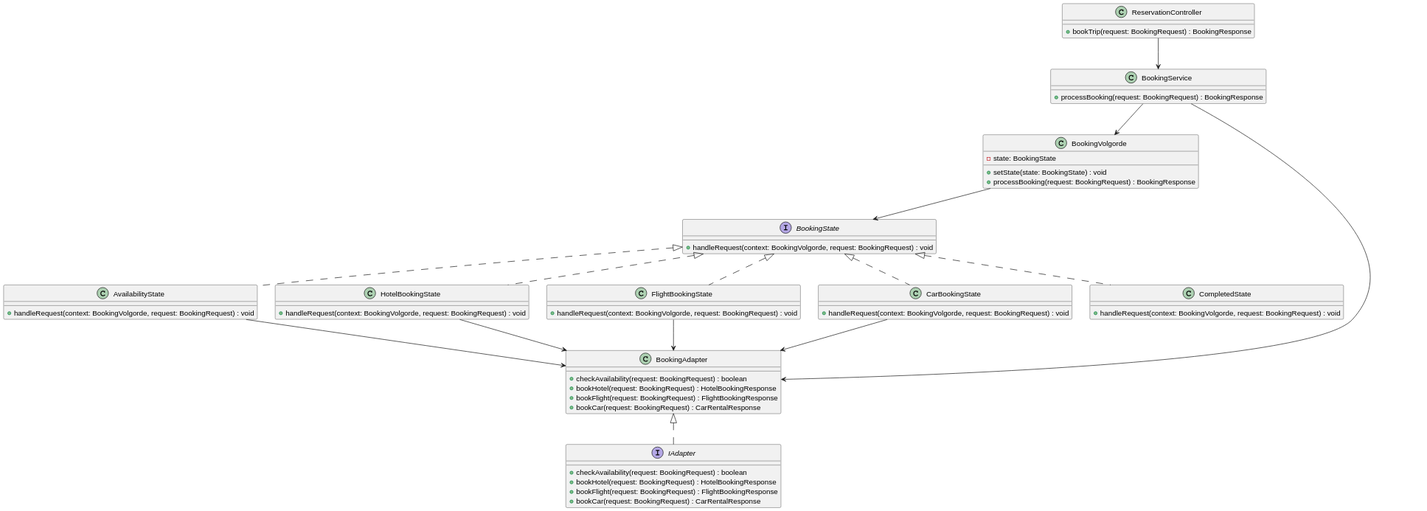
Earlier version of the PlantUML export software-guidebook/ontwerpvraag-burak/class-diagram-burak.svg (AIM-ENE-feb25/triptop-beca).
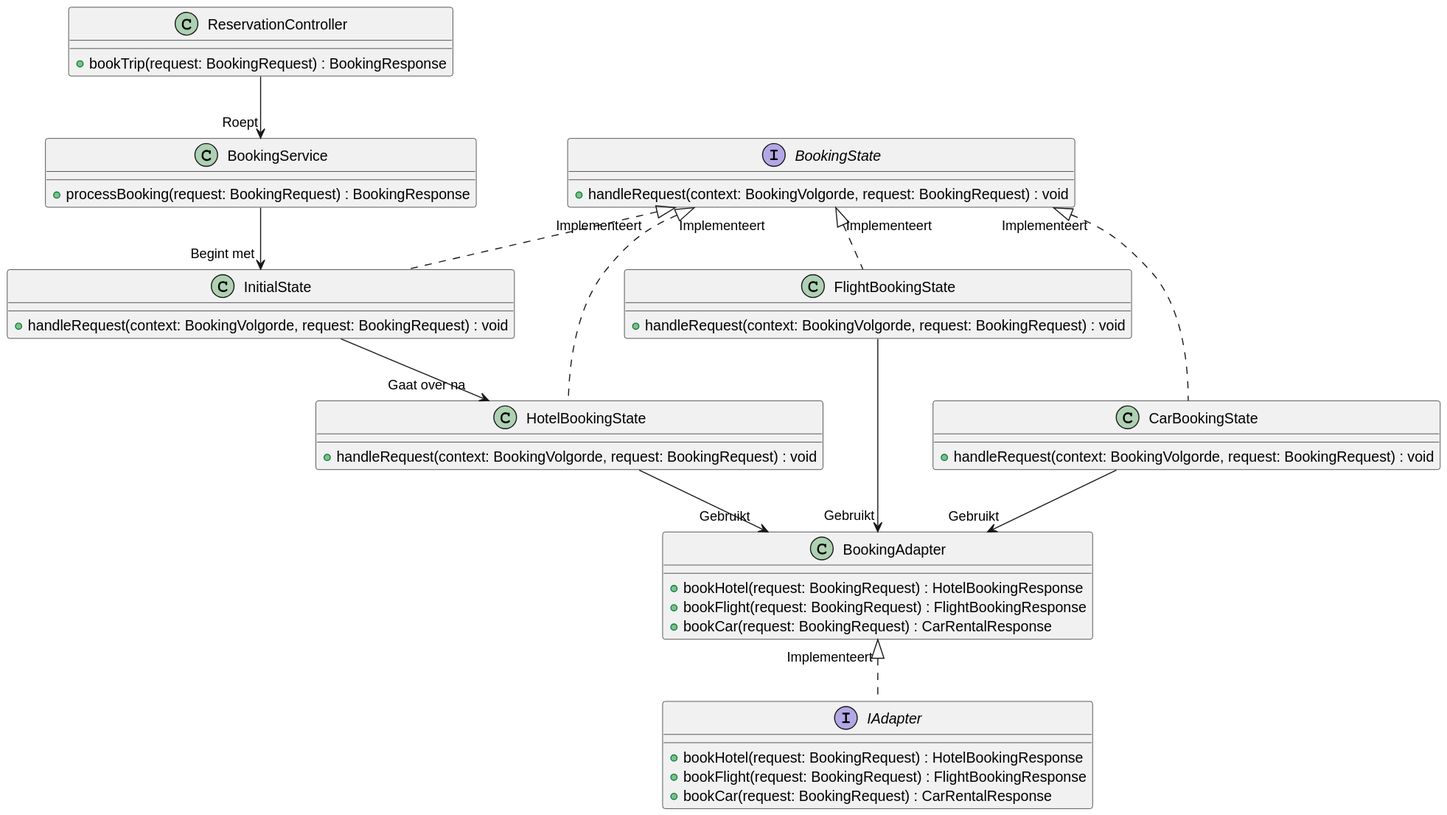
After the change.

Change to the diagram source:
```diff
@@ -1,12 +1,6 @@
 @startuml
 class ReservationController {
   + bookTrip(request: BookingRequest) : BookingResponse
-}
-
-class BookingVolgorde {
-  - state: BookingState
-  + setState(state: BookingState) : void
-  + processBooking(request: BookingRequest) : BookingResponse
 }
 
 class BookingService {
@@ -17,7 +11,7 @@
   + handleRequest(context: BookingVolgorde, request: BookingRequest) : void
 }
 
-class AvailabilityState {
+class InitialState {
   + handleRequest(context: BookingVolgorde, request: BookingRequest) : void
 }
 
@@ -33,37 +27,28 @@
   + handleRequest(context: BookingVolgorde, request: BookingRequest) : void
 }
 
-class CompletedState {
-  + handleRequest(context: BookingVolgorde, request: BookingRequest) : void
-}
-
 interface IAdapter {
-  + checkAvailability(request: BookingRequest) : boolean
   + bookHotel(request: BookingRequest) : HotelBookingResponse
   + bookFlight(request: BookingRequest) : FlightBookingResponse
   + bookCar(request: BookingRequest) : CarRentalResponse
 }
 
 class BookingAdapter {
-  + checkAvailability(request: BookingRequest) : boolean
   + bookHotel(request: BookingRequest) : HotelBookingResponse
   + bookFlight(request: BookingRequest) : FlightBookingResponse
   + bookCar(request: BookingRequest) : CarRentalResponse
 }
 
 
-ReservationController --> BookingService
-BookingService --> BookingAdapter
-BookingService --> BookingVolgorde
-BookingVolgorde --> BookingState
-BookingState <|.. AvailabilityState
-BookingState <|.. HotelBookingState
-BookingState <|.. FlightBookingState
-BookingState <|.. CarBookingState
-BookingState <|.. CompletedState
-AvailabilityState --> BookingAdapter
-HotelBookingState --> BookingAdapter
-FlightBookingState --> BookingAdapter
-CarBookingState --> BookingAdapter
-BookingAdapter <|.. IAdapter
+ReservationController --> "Roept" BookingService
+BookingService --> "Begint met" InitialState
+BookingState "Implementeert" <|.. InitialState
+BookingState "Implementeert" <|.. HotelBookingState
+BookingState "Implementeert" <|.. FlightBookingState
+BookingState "Implementeert" <|.. CarBookingState
+InitialState --> "Gaat over na" HotelBookingState
+HotelBookingState --> "Gebruikt" BookingAdapter
+FlightBookingState --> "Gebruikt" BookingAdapter
+CarBookingState --> "Gebruikt" BookingAdapter
+BookingAdapter "Implementeert" <|.. IAdapter
 @enduml
```
